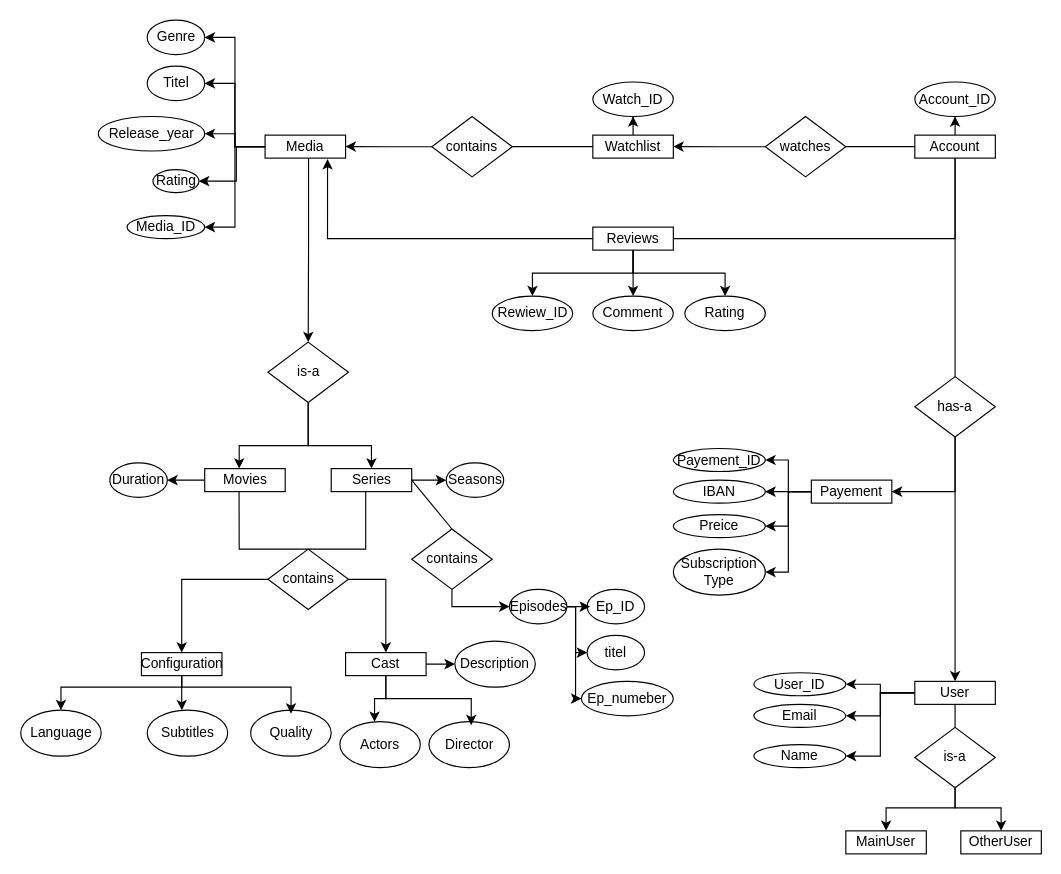
Earlier version of the draw.io diagram draw_io/ER.drawio (KevinGarrison/DataEngineeringProjects). Source tidied: cells renumbered, new cells numbered last; positions are measured from the earlier drawing's top-left corner, leaving out a move shared by most shapes. Both pictures are drawn from the tidied source at 115%, with x=0, y=0 at pixel (20, 20).
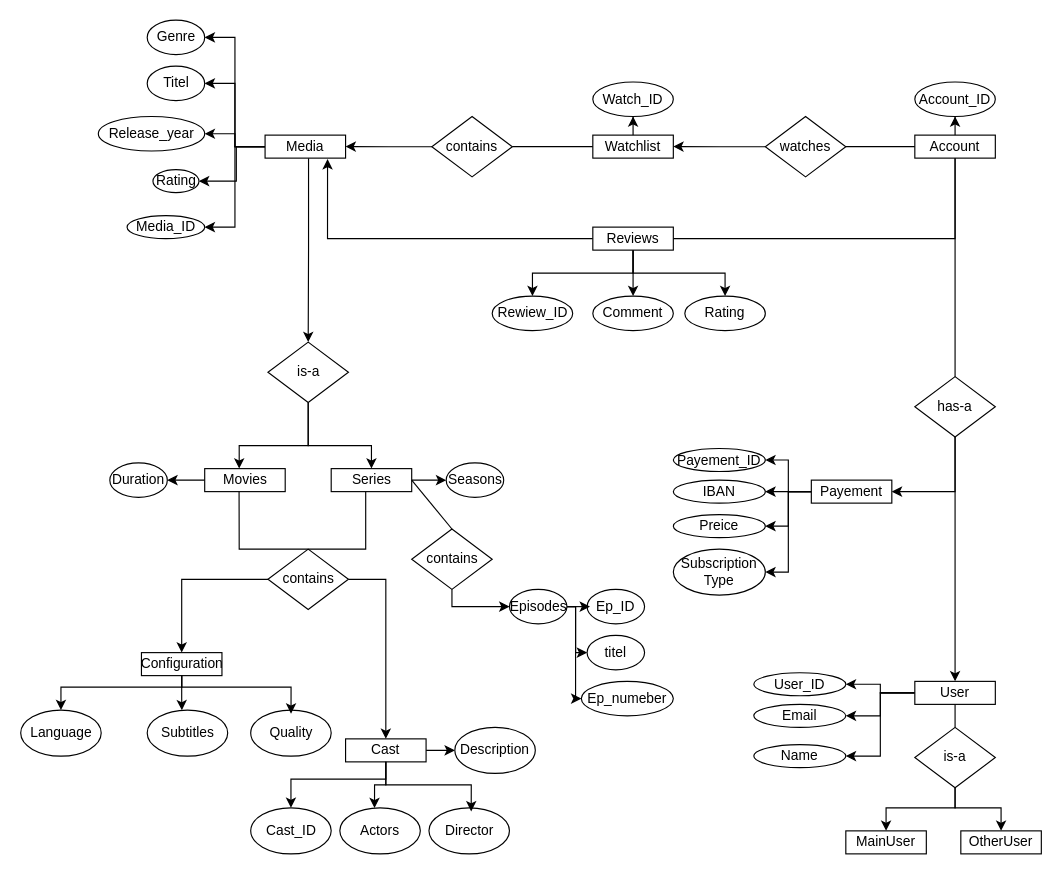
The same diagram, later.

Commit message:
Cast_ID hinzugefügt

Diff of the diagram source:
```diff
@@
+    <mxCell id="99" style="edgeStyle=orthogonalEdgeStyle;rounded=0;jettySize=auto;html=1;entryX=0.5;entryY=0;entryDx=0;entryDy=0;" parent="1" edge="1" target="100">
+      <mxGeometry relative="1" as="geometry">
+        <mxPoint x="318" y="645" as="sourcePoint" />
+        <Array as="points">
+          <mxPoint x="318" y="660" />
+          <mxPoint x="236" y="660" />
+        </Array>
+      </mxGeometry>
+    </mxCell>
     <mxCell id="91" value="Cast" style="rounded=0;whiteSpace=wrap;html=1;" parent="1" vertex="1">
-      <mxGeometry x="283" y="550" width="70" height="20" as="geometry" />
+      <mxGeometry x="283" y="625" width="70" height="20" as="geometry" />
     </mxCell>
     <mxCell id="92" value="Actors" style="ellipse;whiteSpace=wrap;html=1;" parent="1" vertex="1">
-      <mxGeometry x="278" y="610" width="70" height="40" as="geometry" />
+      <mxGeometry x="278" y="685" width="70" height="40" as="geometry" />
     </mxCell>
     <mxCell id="93" value="Director" style="ellipse;whiteSpace=wrap;html=1;" parent="1" vertex="1">
-      <mxGeometry x="355.5" y="610" width="70" height="40" as="geometry" />
+      <mxGeometry x="355.5" y="685" width="70" height="40" as="geometry" />
     </mxCell>
@@
     <mxCell id="97" value="Description" style="ellipse;whiteSpace=wrap;html=1;" parent="1" vertex="1">
-      <mxGeometry x="378" y="540" width="70" height="40" as="geometry" />
+      <mxGeometry x="378" y="615" width="70" height="40" as="geometry" />
     </mxCell>
@@
+    <mxCell id="100" value="Cast_ID" style="ellipse;whiteSpace=wrap;html=1;" parent="1" vertex="1">
+      <mxGeometry x="200.5" y="685" width="70" height="40" as="geometry" />
+    </mxCell>
```
